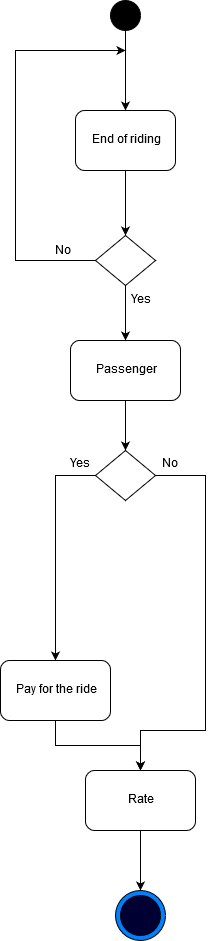
Earlier version of the draw.io export images/rate2.png (PaterakisNikos/carpooling). Source tidied: cells renumbered, new cells last; positions are measured from the earlier drawing's top-left corner, leaving out a move shared by most shapes. Source of this version:
```xml
<mxGraphModel>
  <root>
    <mxCell id="0" />
    <mxCell id="1" parent="0" />
    <mxCell id="2" style="edgeStyle=orthogonalEdgeStyle;rounded=0;jettySize=auto;html=1;exitX=0.5;exitY=1;exitDx=0;exitDy=0;" parent="1" edge="1" source="3" target="5">
      <mxGeometry relative="1" as="geometry" />
    </mxCell>
    <mxCell id="3" style="ellipse;whiteSpace=wrap;html=1;gradientColor=none;fillColor=#000000;" parent="1" vertex="1">
      <mxGeometry x="110" width="30" height="30" as="geometry" />
    </mxCell>
    <mxCell id="4" style="edgeStyle=orthogonalEdgeStyle;rounded=0;jettySize=auto;html=1;exitX=0.5;exitY=1;exitDx=0;exitDy=0;" parent="1" edge="1" source="5" target="10">
      <mxGeometry relative="1" as="geometry" />
    </mxCell>
    <mxCell id="5" value="End of riding" style="rounded=1;whiteSpace=wrap;html=1;" parent="1" vertex="1">
      <mxGeometry x="75" y="110" width="100" height="60" as="geometry" />
    </mxCell>
    <mxCell id="6" style="edgeStyle=orthogonalEdgeStyle;rounded=0;jettySize=auto;html=1;exitX=0.5;exitY=1;exitDx=0;exitDy=0;" parent="1" edge="1" source="7" target="15">
      <mxGeometry relative="1" as="geometry" />
    </mxCell>
    <mxCell id="7" value="Passenger" style="rounded=1;whiteSpace=wrap;html=1;" parent="1" vertex="1">
      <mxGeometry x="70" y="340" width="110" height="60" as="geometry" />
    </mxCell>
    <mxCell id="8" style="edgeStyle=orthogonalEdgeStyle;rounded=0;jettySize=auto;html=1;exitX=0;exitY=0.5;exitDx=0;exitDy=0;" parent="1" edge="1" source="10">
      <mxGeometry relative="1" as="geometry">
        <mxPoint x="125" y="50" as="targetPoint" />
        <Array as="points">
          <mxPoint x="15" y="260" />
          <mxPoint x="15" y="50" />
        </Array>
      </mxGeometry>
    </mxCell>
    <mxCell id="9" style="edgeStyle=orthogonalEdgeStyle;rounded=0;jettySize=auto;html=1;exitX=0.5;exitY=1;exitDx=0;exitDy=0;entryX=0.5;entryY=0;entryDx=0;entryDy=0;" parent="1" edge="1" source="10" target="7">
      <mxGeometry relative="1" as="geometry" />
    </mxCell>
    <mxCell id="10" style="rhombus;whiteSpace=wrap;html=1;" parent="1" vertex="1">
      <mxGeometry x="95" y="235" width="60" height="50" as="geometry" />
    </mxCell>
    <mxCell id="11" value="No" style="text;html=1;align=left;verticalAlign=top;spacingTop=-4;" parent="1" vertex="1">
      <mxGeometry x="53" y="242" width="30" height="20" as="geometry" />
    </mxCell>
    <mxCell id="12" value="Yes" style="text;html=1;align=left;verticalAlign=top;spacingTop=-4;" parent="1" vertex="1">
      <mxGeometry x="129" y="291" width="40" height="20" as="geometry" />
    </mxCell>
    <mxCell id="13" style="edgeStyle=orthogonalEdgeStyle;rounded=0;jettySize=auto;html=1;entryX=0.5;entryY=0;entryDx=0;entryDy=0;" parent="1" edge="1" source="15" target="19">
      <mxGeometry relative="1" as="geometry">
        <Array as="points">
          <mxPoint x="55" y="475" />
        </Array>
      </mxGeometry>
    </mxCell>
    <mxCell id="14" style="edgeStyle=orthogonalEdgeStyle;rounded=0;jettySize=auto;html=1;exitX=1;exitY=0.5;exitDx=0;exitDy=0;entryX=0.5;entryY=0;entryDx=0;entryDy=0;" parent="1" edge="1" source="15" target="21">
      <mxGeometry relative="1" as="geometry">
        <Array as="points">
          <mxPoint x="205" y="475" />
          <mxPoint x="205" y="730" />
          <mxPoint x="140" y="730" />
        </Array>
      </mxGeometry>
    </mxCell>
    <mxCell id="15" style="rhombus;whiteSpace=wrap;html=1;" parent="1" vertex="1">
      <mxGeometry x="95" y="450" width="60" height="50" as="geometry" />
    </mxCell>
    <mxCell id="16" value="Yes" style="text;html=1;align=left;verticalAlign=top;spacingTop=-4;" parent="1" vertex="1">
      <mxGeometry x="68" y="455" width="40" height="20" as="geometry" />
    </mxCell>
    <mxCell id="17" value="No" style="text;html=1;align=left;verticalAlign=top;spacingTop=-4;" parent="1" vertex="1">
      <mxGeometry x="160" y="455" width="30" height="20" as="geometry" />
    </mxCell>
    <mxCell id="18" style="edgeStyle=orthogonalEdgeStyle;rounded=0;jettySize=auto;html=1;exitX=0.5;exitY=1;exitDx=0;exitDy=0;entryX=0.5;entryY=0;entryDx=0;entryDy=0;" parent="1" edge="1" source="19" target="21">
      <mxGeometry relative="1" as="geometry" />
    </mxCell>
    <mxCell id="19" value="Pay for the ride" style="rounded=1;whiteSpace=wrap;html=1;" parent="1" vertex="1">
      <mxGeometry y="660" width="110" height="60" as="geometry" />
    </mxCell>
    <mxCell id="20" style="edgeStyle=orthogonalEdgeStyle;rounded=0;jettySize=auto;html=1;exitX=0.5;exitY=1;exitDx=0;exitDy=0;entryX=0.5;entryY=0;entryDx=0;entryDy=0;" parent="1" edge="1" source="21" target="22">
      <mxGeometry relative="1" as="geometry" />
    </mxCell>
    <mxCell id="21" value="Rate" style="rounded=1;whiteSpace=wrap;html=1;" parent="1" vertex="1">
      <mxGeometry x="85" y="770" width="110" height="60" as="geometry" />
    </mxCell>
    <mxCell id="22" style="ellipse;whiteSpace=wrap;html=1;fillColor=#007FFF;gradientColor=none;" parent="1" vertex="1">
      <mxGeometry x="115" y="890" width="50" height="50" as="geometry" />
    </mxCell>
    <mxCell id="23" style="ellipse;whiteSpace=wrap;html=1;fillColor=#000033;gradientColor=none;" parent="1" vertex="1">
      <mxGeometry x="120" y="895" width="40" height="40" as="geometry" />
    </mxCell>
  </root>
</mxGraphModel>
```
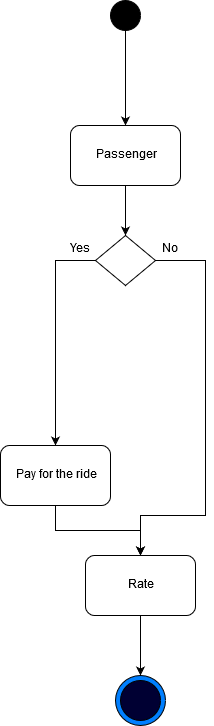
Above is the later version.

What changed in the source:
```diff
@@ -2,45 +2,18 @@
   <root>
     <mxCell id="0" />
     <mxCell id="1" parent="0" />
-    <mxCell id="2" style="edgeStyle=orthogonalEdgeStyle;rounded=0;jettySize=auto;html=1;exitX=0.5;exitY=1;exitDx=0;exitDy=0;" parent="1" edge="1" source="3" target="5">
+    <mxCell id="2" style="edgeStyle=orthogonalEdgeStyle;rounded=0;jettySize=auto;html=1;exitX=0.5;exitY=1;exitDx=0;exitDy=0;entryX=0.5;entryY=0;entryDx=0;entryDy=0;" parent="1" edge="1" source="3" target="7">
       <mxGeometry relative="1" as="geometry" />
     </mxCell>
     <mxCell id="3" style="ellipse;whiteSpace=wrap;html=1;gradientColor=none;fillColor=#000000;" parent="1" vertex="1">
-      <mxGeometry x="110" width="30" height="30" as="geometry" />
+      <mxGeometry x="110" y="215" width="30" height="30" as="geometry" />
     </mxCell>
-    <mxCell id="4" style="edgeStyle=orthogonalEdgeStyle;rounded=0;jettySize=auto;html=1;exitX=0.5;exitY=1;exitDx=0;exitDy=0;" parent="1" edge="1" source="5" target="10">
-      <mxGeometry relative="1" as="geometry" />
-    </mxCell>
-    <mxCell id="5" value="End of riding" style="rounded=1;whiteSpace=wrap;html=1;" parent="1" vertex="1">
-      <mxGeometry x="75" y="110" width="100" height="60" as="geometry" />
-    </mxCell>
     <mxCell id="6" style="edgeStyle=orthogonalEdgeStyle;rounded=0;jettySize=auto;html=1;exitX=0.5;exitY=1;exitDx=0;exitDy=0;" parent="1" edge="1" source="7" target="15">
       <mxGeometry relative="1" as="geometry" />
     </mxCell>
     <mxCell id="7" value="Passenger" style="rounded=1;whiteSpace=wrap;html=1;" parent="1" vertex="1">
       <mxGeometry x="70" y="340" width="110" height="60" as="geometry" />
     </mxCell>
-    <mxCell id="8" style="edgeStyle=orthogonalEdgeStyle;rounded=0;jettySize=auto;html=1;exitX=0;exitY=0.5;exitDx=0;exitDy=0;" parent="1" edge="1" source="10">
-      <mxGeometry relative="1" as="geometry">
-        <mxPoint x="125" y="50" as="targetPoint" />
-        <Array as="points">
-          <mxPoint x="15" y="260" />
-          <mxPoint x="15" y="50" />
-        </Array>
-      </mxGeometry>
-    </mxCell>
-    <mxCell id="9" style="edgeStyle=orthogonalEdgeStyle;rounded=0;jettySize=auto;html=1;exitX=0.5;exitY=1;exitDx=0;exitDy=0;entryX=0.5;entryY=0;entryDx=0;entryDy=0;" parent="1" edge="1" source="10" target="7">
-      <mxGeometry relative="1" as="geometry" />
-    </mxCell>
-    <mxCell id="10" style="rhombus;whiteSpace=wrap;html=1;" parent="1" vertex="1">
-      <mxGeometry x="95" y="235" width="60" height="50" as="geometry" />
-    </mxCell>
-    <mxCell id="11" value="No" style="text;html=1;align=left;verticalAlign=top;spacingTop=-4;" parent="1" vertex="1">
-      <mxGeometry x="53" y="242" width="30" height="20" as="geometry" />
-    </mxCell>
-    <mxCell id="12" value="Yes" style="text;html=1;align=left;verticalAlign=top;spacingTop=-4;" parent="1" vertex="1">
-      <mxGeometry x="129" y="291" width="40" height="20" as="geometry" />
-    </mxCell>
     <mxCell id="13" style="edgeStyle=orthogonalEdgeStyle;rounded=0;jettySize=auto;html=1;entryX=0.5;entryY=0;entryDx=0;entryDy=0;" parent="1" edge="1" source="15" target="19">
       <mxGeometry relative="1" as="geometry">
         <Array as="points">
```
